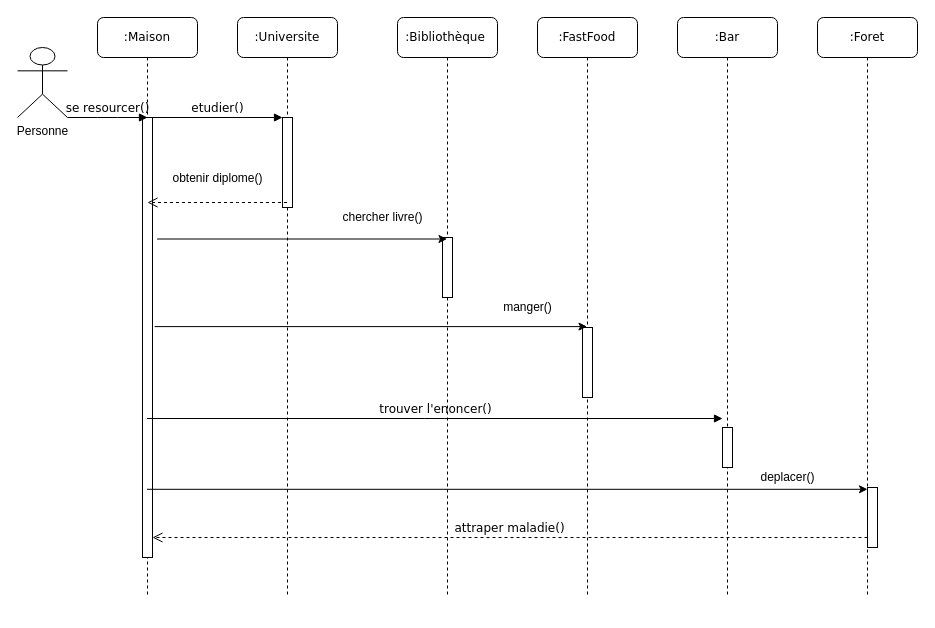
Viringe/projetL3UML-Baudoin-Gries-EL_IDRISSI_EL_BOUZIDI-2020 keeps this draw.io diagram as Untitled Diagram.drawio. Above is the earlier version. Source tidied: cells renumbered, new cells numbered last; positions are measured from the earlier drawing's top-left corner, leaving out a move shared by most shapes. Both pictures are drawn from the tidied source at 100%, with x=0, y=0 at pixel (17, 17).
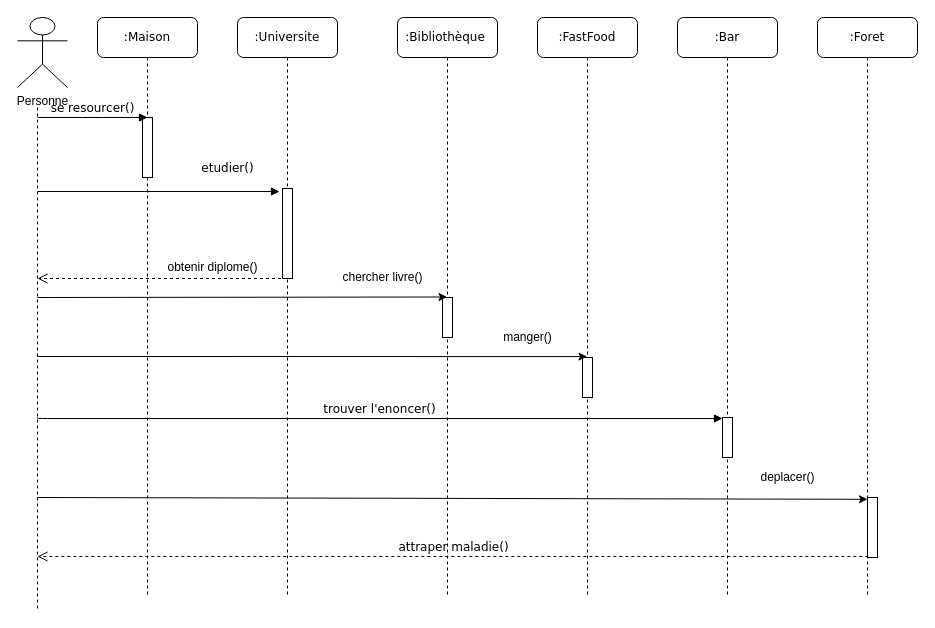
The same diagram, later.

Unchanged cells that the change refers to:
```xml
<mxCell id="2" value=":Universite" style="shape=umlLifeline;perimeter=lifelinePerimeter;whiteSpace=wrap;html=1;rounded=1;shadow=0;comic=0;labelBackgroundColor=none;strokeWidth=1;fontFamily=Verdana;fontSize=12;align=center;" parent="1" vertex="1">
  <mxGeometry x="220" width="100" height="580" as="geometry" />
</mxCell>
<mxCell id="4" value=":Bibliothèque&amp;nbsp;" style="shape=umlLifeline;perimeter=lifelinePerimeter;whiteSpace=wrap;html=1;rounded=1;shadow=0;comic=0;labelBackgroundColor=none;strokeWidth=1;fontFamily=Verdana;fontSize=12;align=center;" parent="1" vertex="1">
  <mxGeometry x="380" width="100" height="580" as="geometry" />
</mxCell>
<mxCell id="6" value=":FastFood" style="shape=umlLifeline;perimeter=lifelinePerimeter;whiteSpace=wrap;html=1;rounded=1;shadow=0;comic=0;labelBackgroundColor=none;strokeWidth=1;fontFamily=Verdana;fontSize=12;align=center;" parent="1" vertex="1">
  <mxGeometry x="520" width="100" height="580" as="geometry" />
</mxCell>
<mxCell id="8" value=":Bar" style="shape=umlLifeline;perimeter=lifelinePerimeter;whiteSpace=wrap;html=1;rounded=1;shadow=0;comic=0;labelBackgroundColor=none;strokeWidth=1;fontFamily=Verdana;fontSize=12;align=center;" parent="1" vertex="1">
  <mxGeometry x="660" width="100" height="580" as="geometry" />
</mxCell>
<mxCell id="10" value=":Foret" style="shape=umlLifeline;perimeter=lifelinePerimeter;whiteSpace=wrap;html=1;rounded=1;shadow=0;comic=0;labelBackgroundColor=none;strokeWidth=1;fontFamily=Verdana;fontSize=12;align=center;" parent="1" vertex="1">
  <mxGeometry x="800" width="100" height="580" as="geometry" />
</mxCell>
<mxCell id="11" value=":Maison" style="shape=umlLifeline;perimeter=lifelinePerimeter;whiteSpace=wrap;html=1;outlineConnect=0;rounded=1;shadow=0;comic=0;labelBackgroundColor=none;strokeWidth=1;fontFamily=Verdana;fontSize=12;align=center;" parent="1" vertex="1">
  <mxGeometry x="80" width="100" height="580" as="geometry" />
</mxCell>
```

What changed in the source:
```diff
@@
     <mxCell id="3" style="html=1;points=[];perimeter=orthogonalPerimeter;rounded=0;shadow=0;comic=0;labelBackgroundColor=none;strokeWidth=1;fontFamily=Verdana;fontSize=12;align=center;" parent="2" vertex="1">
-      <mxGeometry x="45" y="100" width="10" height="90" as="geometry" />
+      <mxGeometry x="45" y="171" width="10" height="90" as="geometry" />
     </mxCell>
@@
     <mxCell id="5" style="html=1;perimeter=orthogonalPerimeter;rounded=0;shadow=0;comic=0;labelBackgroundColor=none;strokeWidth=1;fontFamily=Verdana;fontSize=12;align=center;" parent="4" vertex="1">
-      <mxGeometry x="45" y="220" width="10" height="60" as="geometry" />
+      <mxGeometry x="45" y="280" width="10" height="40" as="geometry" />
     </mxCell>
@@
     <mxCell id="7" style="html=1;perimeter=orthogonalPerimeter;rounded=0;shadow=0;comic=0;labelBackgroundColor=none;strokeWidth=1;fontFamily=Verdana;fontSize=12;align=center;" parent="6" vertex="1">
-      <mxGeometry x="45" y="310" width="10" height="70" as="geometry" />
+      <mxGeometry x="45" y="340" width="10" height="40" as="geometry" />
     </mxCell>
@@
     <mxCell id="9" style="html=1;perimeter=orthogonalPerimeter;rounded=0;shadow=0;comic=0;labelBackgroundColor=none;strokeWidth=1;fontFamily=Verdana;fontSize=12;align=center;" parent="8" vertex="1">
-      <mxGeometry x="45" y="410" width="10" height="40" as="geometry" />
+      <mxGeometry x="45" y="400" width="10" height="40" as="geometry" />
     </mxCell>
@@
+    <mxCell id="13" style="html=1;points=[];perimeter=orthogonalPerimeter;rounded=0;shadow=0;comic=0;labelBackgroundColor=none;strokeWidth=1;fontFamily=Verdana;fontSize=12;align=center;" parent="10" vertex="1">
+      <mxGeometry x="50" y="480" width="10" height="60" as="geometry" />
+    </mxCell>
@@
     <mxCell id="12" style="html=1;points=[];perimeter=orthogonalPerimeter;rounded=0;shadow=0;comic=0;labelBackgroundColor=none;strokeWidth=1;fontFamily=Verdana;fontSize=12;align=center;" parent="11" vertex="1">
-      <mxGeometry x="45" y="100" width="10" height="440" as="geometry" />
+      <mxGeometry x="45" y="100" width="10" height="60" as="geometry" />
     </mxCell>
-    <mxCell id="13" style="html=1;points=[];perimeter=orthogonalPerimeter;rounded=0;shadow=0;comic=0;labelBackgroundColor=none;strokeWidth=1;fontFamily=Verdana;fontSize=12;align=center;" parent="1" vertex="1">
-      <mxGeometry x="850" y="470" width="10" height="60" as="geometry" />
-    </mxCell>
-    <mxCell id="14" value="attraper maladie()" style="html=1;verticalAlign=bottom;endArrow=open;dashed=1;endSize=8;labelBackgroundColor=none;fontFamily=Verdana;fontSize=12;edgeStyle=elbowEdgeStyle;elbow=vertical;" parent="1" edge="1" source="13" target="12">
+    <mxCell id="14" value="attraper maladie()" style="html=1;verticalAlign=bottom;endArrow=open;dashed=1;endSize=8;labelBackgroundColor=none;fontFamily=Verdana;fontSize=12;edgeStyle=elbowEdgeStyle;elbow=vertical;exitX=0.08;exitY=0.983;exitDx=0;exitDy=0;exitPerimeter=0;" parent="1" edge="1" source="13">
       <mxGeometry relative="1" as="geometry">
-        <Array as="points">
-          <mxPoint x="550" y="520" />
-        </Array>
+        <mxPoint x="20" y="539" as="targetPoint" />
       </mxGeometry>
     </mxCell>
-    <mxCell id="15" value="etudier()" style="html=1;verticalAlign=bottom;endArrow=block;entryX=0;entryY=0;labelBackgroundColor=none;fontFamily=Verdana;fontSize=12;edgeStyle=elbowEdgeStyle;elbow=vertical;" parent="1" edge="1" source="12" target="3">
-      <mxGeometry relative="1" as="geometry" />
+    <mxCell id="15" value="etudier()" style="html=1;verticalAlign=bottom;endArrow=block;entryX=-0.3;entryY=0.036;labelBackgroundColor=none;fontFamily=Verdana;fontSize=12;edgeStyle=elbowEdgeStyle;elbow=vertical;entryDx=0;entryDy=0;entryPerimeter=0;" parent="1" edge="1" target="3">
+      <mxGeometry x="0.57" y="14" relative="1" as="geometry">
+        <mxPoint x="20" y="174" as="sourcePoint" />
+        <Array as="points">
+          <mxPoint x="140" y="174" />
+        </Array>
+      </mxGeometry>
     </mxCell>
     <mxCell id="16" value="Personne" style="shape=umlActor;verticalLabelPosition=bottom;verticalAlign=top;html=1;" parent="1" vertex="1">
-      <mxGeometry y="30" width="50" height="70" as="geometry" />
+      <mxGeometry width="50" height="70" as="geometry" />
     </mxCell>
     <mxCell id="17" style="html=1;verticalAlign=bottom;endArrow=open;dashed=1;endSize=8;labelBackgroundColor=none;fontFamily=Verdana;fontSize=12;edgeStyle=elbowEdgeStyle;elbow=vertical;" parent="1" edge="1">
       <mxGeometry relative="1" as="geometry">
-        <mxPoint x="269.5" y="185" as="sourcePoint" />
-        <mxPoint x="130" y="185" as="targetPoint" />
+        <mxPoint x="269.5" y="261" as="sourcePoint" />
+        <mxPoint x="20" y="261" as="targetPoint" />
         <Array as="points">
-          <mxPoint x="230" y="185" />
-          <mxPoint x="200" y="185" />
+          <mxPoint x="270" y="261" />
+          <mxPoint x="230" y="176" />
+          <mxPoint x="200" y="176" />
         </Array>
       </mxGeometry>
     </mxCell>
     <mxCell id="18" value="obtenir diplome()" style="text;html=1;align=center;verticalAlign=middle;" parent="1" vertex="1">
-      <mxGeometry x="145" y="151" width="110" height="20" as="geometry" />
+      <mxGeometry x="140" y="240" width="110" height="20" as="geometry" />
     </mxCell>
     <mxCell id="19" value="se resourcer()" style="html=1;verticalAlign=bottom;endArrow=block;entryX=0;entryY=0;labelBackgroundColor=none;fontFamily=Verdana;fontSize=12;edgeStyle=elbowEdgeStyle;elbow=vertical;" parent="1" edge="1">
       <mxGeometry relative="1" as="geometry">
-        <mxPoint x="50" y="100" as="sourcePoint" />
+        <mxPoint x="20" y="100" as="sourcePoint" />
         <mxPoint x="130" y="100" as="targetPoint" />
       </mxGeometry>
     </mxCell>
-    <mxCell id="20" style="endArrow=classic;html=1;exitX=1.46;exitY=0.358;exitDx=0;exitDy=0;exitPerimeter=0;" parent="1" edge="1">
+    <mxCell id="20" style="endArrow=classic;html=1;" parent="1" edge="1">
       <mxGeometry relative="1" as="geometry">
-        <mxPoint x="139.6" y="221.5" as="sourcePoint" />
-        <mxPoint x="429.5" y="221.5" as="targetPoint" />
+        <mxPoint x="20" y="280" as="sourcePoint" />
+        <mxPoint x="429.5" y="279.5" as="targetPoint" />
       </mxGeometry>
     </mxCell>
     <mxCell id="21" value="chercher livre()" style="text;html=1;align=center;verticalAlign=middle;" parent="1" vertex="1">
-      <mxGeometry x="315" y="190" width="100" height="20" as="geometry" />
+      <mxGeometry x="315" y="250" width="100" height="20" as="geometry" />
     </mxCell>
-    <mxCell id="22" style="endArrow=classic;html=1;exitX=1.22;exitY=0.598;exitDx=0;exitDy=0;exitPerimeter=0;" parent="1" edge="1">
+    <mxCell id="22" style="endArrow=classic;html=1;" parent="1" edge="1">
       <mxGeometry relative="1" as="geometry">
-        <mxPoint x="137.2" y="309.1" as="sourcePoint" />
-        <mxPoint x="569.5" y="309.1" as="targetPoint" />
+        <mxPoint x="20" y="339" as="sourcePoint" />
+        <mxPoint x="569.5" y="339.1" as="targetPoint" />
       </mxGeometry>
     </mxCell>
     <mxCell id="23" value="manger()" style="text;html=1;align=center;verticalAlign=middle;" parent="1" vertex="1">
-      <mxGeometry x="480" y="280" width="60" height="20" as="geometry" />
+      <mxGeometry x="480" y="310" width="60" height="20" as="geometry" />
     </mxCell>
     <mxCell id="24" value="trouver l'enoncer()" style="html=1;verticalAlign=bottom;endArrow=block;entryX=0;entryY=0;labelBackgroundColor=none;fontFamily=Verdana;fontSize=12;edgeStyle=elbowEdgeStyle;elbow=vertical;" parent="1" edge="1">
       <mxGeometry relative="1" as="geometry">
-        <mxPoint x="129.5" y="401" as="sourcePoint" />
+        <mxPoint x="20" y="400" as="sourcePoint" />
         <mxPoint x="705" y="401" as="targetPoint" />
       </mxGeometry>
     </mxCell>
-    <mxCell id="25" style="endArrow=classic;html=1;entryX=0;entryY=0.03;entryDx=0;entryDy=0;entryPerimeter=0;" parent="1" edge="1" source="11" target="13">
-      <mxGeometry relative="1" as="geometry" />
+    <mxCell id="25" style="endArrow=classic;html=1;entryX=0;entryY=0.03;entryDx=0;entryDy=0;entryPerimeter=0;" parent="1" edge="1" target="13">
+      <mxGeometry relative="1" as="geometry">
+        <mxPoint x="20" y="480" as="sourcePoint" />
+      </mxGeometry>
     </mxCell>
@@
+    <mxCell id="27" style="endArrow=none;dashed=1;html=1;" parent="1" edge="1">
+      <mxGeometry relative="1" as="geometry">
+        <mxPoint x="20" y="90" as="sourcePoint" />
+        <mxPoint x="20" y="591.6" as="targetPoint" />
+      </mxGeometry>
+    </mxCell>
```
